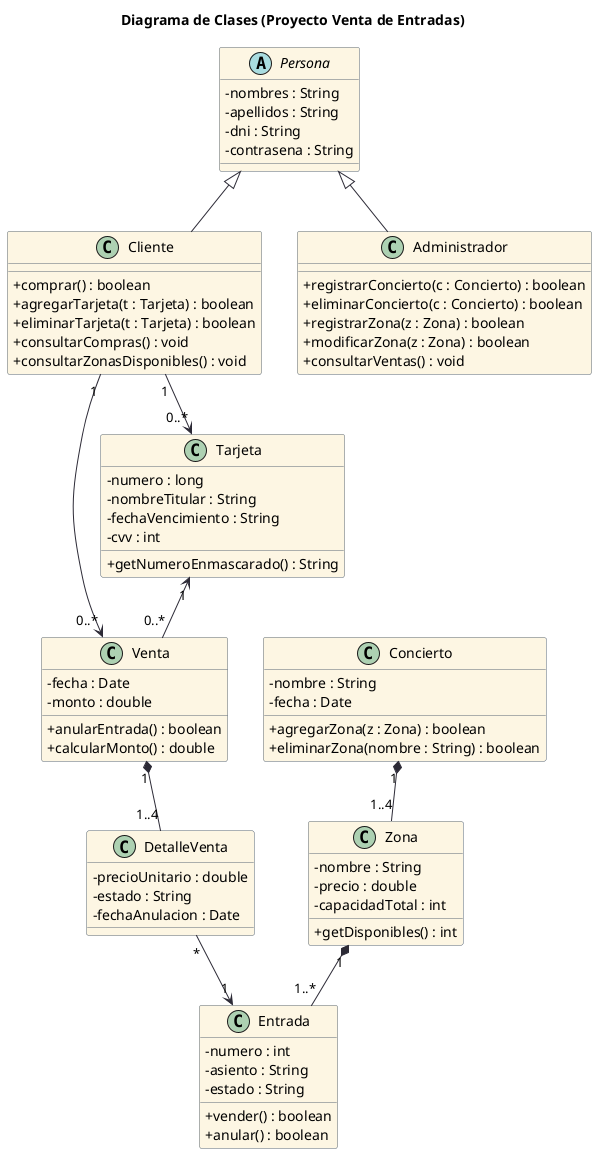
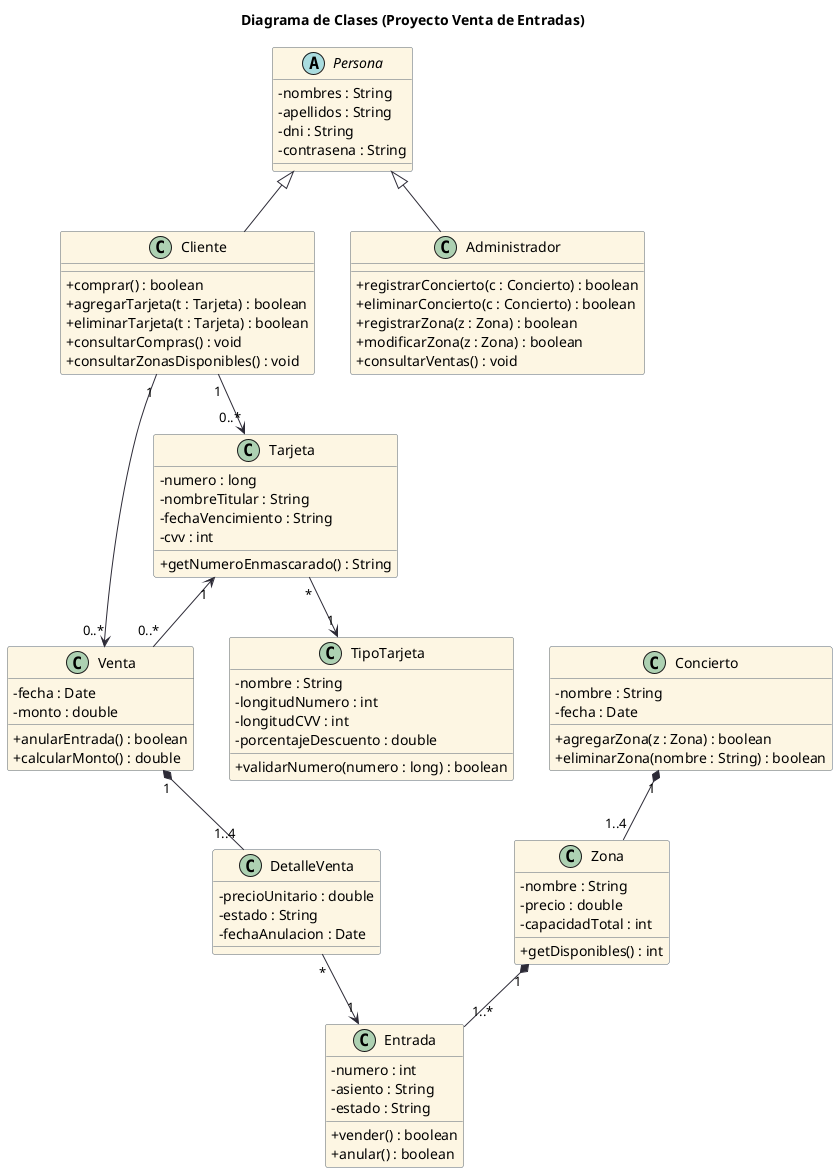
@startuml Proyecto_Venta_Entradas
title Diagrama de Clases (Proyecto Venta de Entradas)

skinparam classAttributeIconSize 0
skinparam class {
    BackgroundColor #FDF6E3
    BorderColor #586675
    ArrowColor #2c2a36
}

' ===================== PERSONAS =====================

abstract class Persona {
    - nombres : String
    - apellidos : String
    - dni : String
    - contrasena : String
}

class Cliente {
    + comprar() : boolean
    + agregarTarjeta(t : Tarjeta) : boolean
    + eliminarTarjeta(t : Tarjeta) : boolean
    + consultarCompras() : void
    + consultarZonasDisponibles() : void
}

class Administrador {
    + registrarConcierto(c : Concierto) : boolean
    + eliminarConcierto(c : Concierto) : boolean
    + registrarZona(z : Zona) : boolean
    + modificarZona(z : Zona) : boolean
    + consultarVentas() : void
}

Persona <|-- Cliente
Persona <|-- Administrador


' ===================== CONCIERTOS =====================

class Concierto {
    - nombre : String
    - fecha : Date

    + agregarZona(z : Zona) : boolean
    + eliminarZona(nombre : String) : boolean
}

class Zona {
    - nombre : String
    - precio : double
    - capacidadTotal : int

    + getDisponibles() : int
}

class Entrada {
    - numero : int
    - asiento : String
    - estado : String
    ' estado : DISPONIBLE , VENDIDA

    + vender() : boolean
    + anular() : boolean
}


' ===================== VENTAS =====================

class Venta {
    - fecha : Date
    - monto : double

    + anularEntrada() : boolean
    + calcularMonto() : double
}

class DetalleVenta {
    - precioUnitario : double
    - estado : String
    - fechaAnulacion : Date

    ' estado: ACTIVO, ANULADO
}

class Tarjeta {
    - numero : long
    - nombreTitular : String
    - fechaVencimiento : String
    - cvv : int

    + getNumeroEnmascarado() : String
}

+ class TipoTarjeta {
+     - nombre : String
+     ' nombre : VISA, MASTERCARD, DINNERS, AMERICAN EXPRESS
+     - longitudNumero : int
+     - longitudCVV : int
+     - porcentajeDescuento : double
+ 
+     + validarNumero(numero : long) : boolean
+ }
+ 

' ===================== RELACIONES =====================

Concierto "1" *-- "1..4" Zona
Zona "1" *-- "1..*" Entrada

Cliente "1" --> "0..*" Tarjeta
Cliente "1" --> "0..*" Venta

Tarjeta "1" <-- "0..*" Venta
+ Tarjeta "*" --> "1" TipoTarjeta

Venta "1" *-- "1..4" DetalleVenta
DetalleVenta "*" --> "1" Entrada

@enduml
